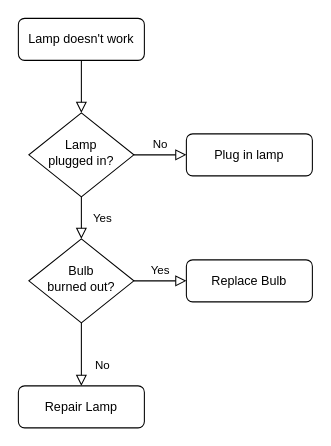
Above: public/未命名绘图.drawio in zakyi/RefactMyFirstFrontendProject (draw.io), before the change. Source tidied: cells renumbered, new cells numbered last; positions are measured from the earlier drawing's top-left corner, leaving out a move shared by most shapes. Both pictures are drawn from the tidied source at 105%, with x=0, y=0 at pixel (18, 18).
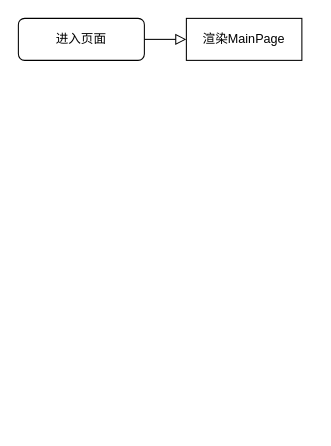
The same page after the edit.

The edit, as a diff of the source:
```diff
@@
 <mxGraphModel>
   <root>
     <mxCell id="0" />
     <mxCell id="1" parent="0" />
-    <mxCell id="2" style="rounded=0;html=1;jettySize=auto;fontSize=11;endArrow=block;endFill=0;endSize=8;strokeWidth=1;shadow=0;labelBackgroundColor=none;edgeStyle=orthogonalEdgeStyle;" parent="1" edge="1" source="3" target="6">
+    <mxCell id="2" style="rounded=0;html=1;jettySize=auto;fontSize=11;endArrow=block;endFill=0;endSize=8;strokeWidth=1;shadow=0;labelBackgroundColor=none;edgeStyle=orthogonalEdgeStyle;entryX=0;entryY=0.5;entryDx=0;entryDy=0;" parent="1" edge="1" source="3" target="13">
       <mxGeometry relative="1" as="geometry" />
     </mxCell>
-    <mxCell id="3" value="Lamp doesn't work" style="rounded=1;whiteSpace=wrap;html=1;fontSize=12;glass=0;strokeWidth=1;shadow=0;" parent="1" vertex="1">
+    <mxCell id="3" value="进入页面" style="rounded=1;whiteSpace=wrap;html=1;fontSize=12;glass=0;strokeWidth=1;shadow=0;" parent="1" vertex="1">
       <mxGeometry width="120" height="40" as="geometry" />
     </mxCell>
-    <mxCell id="4" value="Yes" style="rounded=0;html=1;jettySize=auto;fontSize=11;endArrow=block;endFill=0;endSize=8;strokeWidth=1;shadow=0;labelBackgroundColor=none;edgeStyle=orthogonalEdgeStyle;" parent="1" edge="1" source="6" target="10">
-      <mxGeometry y="20" relative="1" as="geometry" />
-    </mxCell>
-    <mxCell id="5" value="No" style="edgeStyle=orthogonalEdgeStyle;rounded=0;html=1;jettySize=auto;fontSize=11;endArrow=block;endFill=0;endSize=8;strokeWidth=1;shadow=0;labelBackgroundColor=none;" parent="1" edge="1" source="6" target="7">
-      <mxGeometry y="10" relative="1" as="geometry" />
-    </mxCell>
-    <mxCell id="6" value="Lamp&lt;br&gt;plugged in?" style="rhombus;whiteSpace=wrap;html=1;shadow=0;fontFamily=Helvetica;fontSize=12;align=center;strokeWidth=1;spacing=6;spacingTop=-4;" parent="1" vertex="1">
-      <mxGeometry x="10" y="90" width="100" height="80" as="geometry" />
-    </mxCell>
-    <mxCell id="7" value="Plug in lamp" style="rounded=1;whiteSpace=wrap;html=1;fontSize=12;glass=0;strokeWidth=1;shadow=0;" parent="1" vertex="1">
-      <mxGeometry x="160" y="110" width="120" height="40" as="geometry" />
-    </mxCell>
-    <mxCell id="8" value="No" style="rounded=0;html=1;jettySize=auto;fontSize=11;endArrow=block;endFill=0;endSize=8;strokeWidth=1;shadow=0;labelBackgroundColor=none;edgeStyle=orthogonalEdgeStyle;" parent="1" edge="1" source="10" target="11">
-      <mxGeometry x="0.33" y="20" relative="1" as="geometry" />
-    </mxCell>
-    <mxCell id="9" value="Yes" style="edgeStyle=orthogonalEdgeStyle;rounded=0;html=1;jettySize=auto;fontSize=11;endArrow=block;endFill=0;endSize=8;strokeWidth=1;shadow=0;labelBackgroundColor=none;" parent="1" edge="1" source="10" target="12">
-      <mxGeometry y="10" relative="1" as="geometry" />
-    </mxCell>
-    <mxCell id="10" value="Bulb&lt;br&gt;burned out?" style="rhombus;whiteSpace=wrap;html=1;shadow=0;fontFamily=Helvetica;fontSize=12;align=center;strokeWidth=1;spacing=6;spacingTop=-4;" parent="1" vertex="1">
-      <mxGeometry x="10" y="210" width="100" height="80" as="geometry" />
-    </mxCell>
-    <mxCell id="11" value="Repair Lamp" style="rounded=1;whiteSpace=wrap;html=1;fontSize=12;glass=0;strokeWidth=1;shadow=0;" parent="1" vertex="1">
-      <mxGeometry y="350" width="120" height="40" as="geometry" />
-    </mxCell>
-    <mxCell id="12" value="Replace Bulb" style="rounded=1;whiteSpace=wrap;html=1;fontSize=12;glass=0;strokeWidth=1;shadow=0;" parent="1" vertex="1">
-      <mxGeometry x="160" y="230" width="120" height="40" as="geometry" />
-    </mxCell>
+    <mxCell id="13" value="渲染MainPage" style="rounded=0;whiteSpace=wrap;html=1;" parent="1" vertex="1">
+      <mxGeometry x="160" width="110" height="40" as="geometry" />
+    </mxCell>
   </root>
 </mxGraphModel>
```
